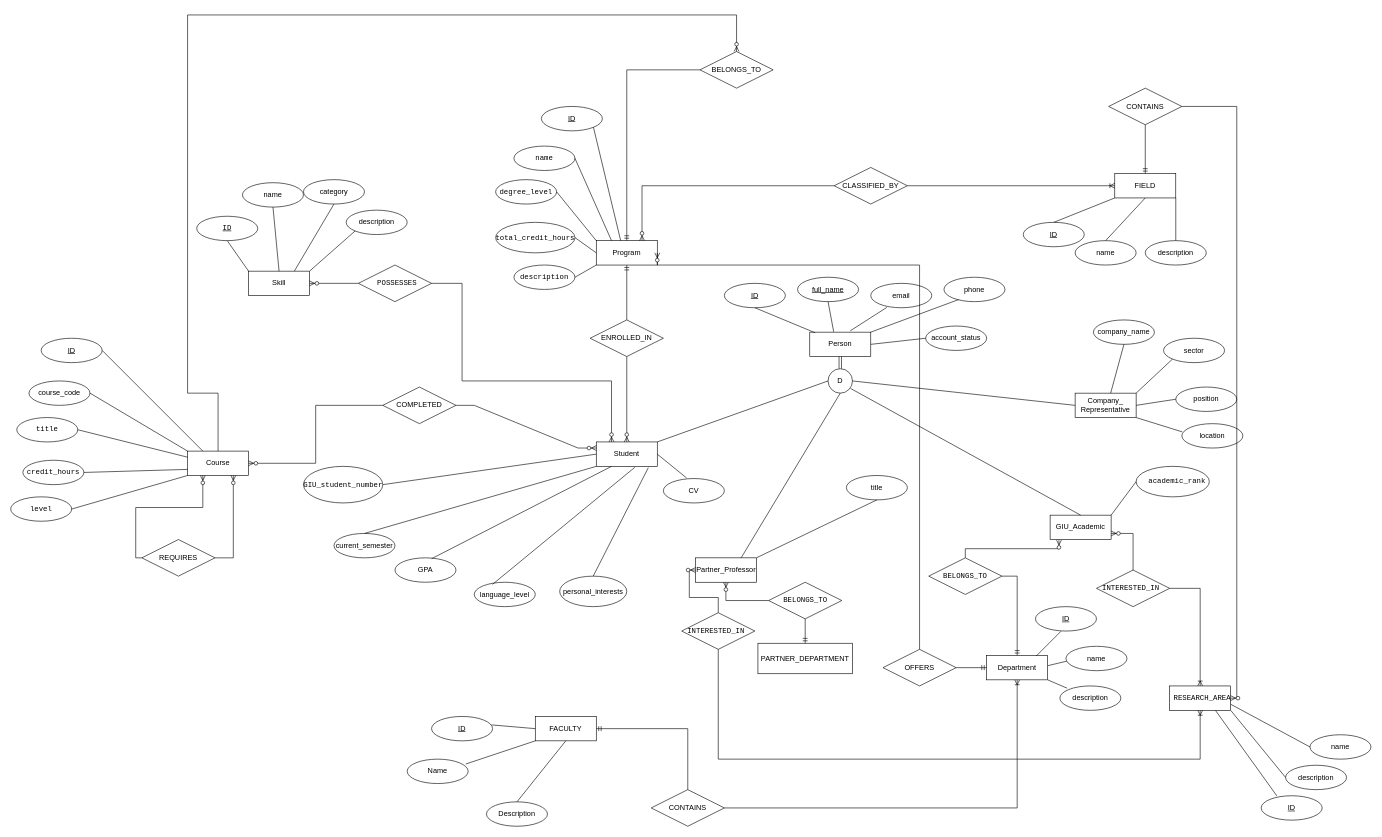
Earlier version of the draw.io diagram 01_People_Academic.drawio (kniveexe/giu-germany-connect). Source tidied: cells renumbered, new cells numbered last; positions are measured from the earlier drawing's top-left corner, leaving out a move shared by most shapes. Both pictures are drawn from the tidied source at 61%, with x=0, y=0 at pixel (10, 15).
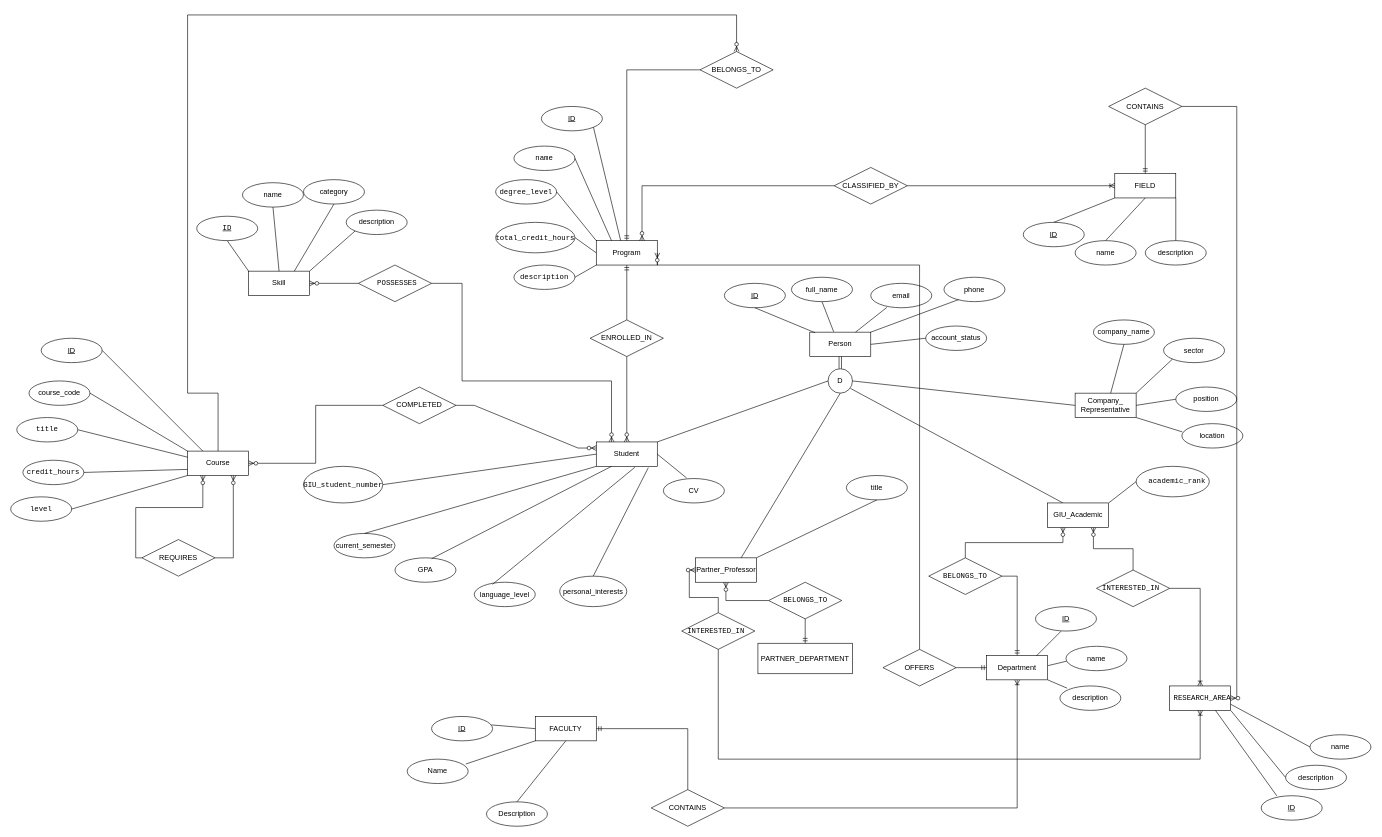
Above is the later version.

The change refers to these unchanged cells:
```xml
<mxCell id="2" value="Person" style="whiteSpace=wrap;html=1;align=center;" parent="1" vertex="1">
  <mxGeometry x="1310" y="520" width="100" height="40" as="geometry" />
</mxCell>
<mxCell id="5" value="email" style="ellipse;whiteSpace=wrap;html=1;align=center;" parent="1" vertex="1">
  <mxGeometry x="1410" y="440" width="100" height="40" as="geometry" />
</mxCell>
<mxCell id="17" value="D" style="ellipse;whiteSpace=wrap;html=1;shapeInside=1;" parent="1" vertex="1">
  <mxGeometry x="1340" y="580" width="40" height="40" as="geometry" />
</mxCell>
<mxCell id="47" value="&lt;pre dir=&quot;ltr&quot;&gt;&lt;code&gt;INTERESTED_IN &lt;/code&gt;&lt;/pre&gt;" style="shape=rhombus;perimeter=rhombusPerimeter;whiteSpace=wrap;html=1;align=center;" parent="1" vertex="1">
  <mxGeometry x="1780" y="910" width="120" height="60" as="geometry" />
</mxCell>
<mxCell id="59" value="&lt;pre dir=&quot;ltr&quot;&gt;&lt;code&gt;BELONGS_TO&lt;/code&gt;&lt;/pre&gt;" style="shape=rhombus;perimeter=rhombusPerimeter;whiteSpace=wrap;html=1;align=center;" parent="1" vertex="1">
  <mxGeometry x="1505" y="890" width="120" height="60" as="geometry" />
</mxCell>
```

What changed in the source:
```diff
@@
-    <mxCell id="4" value="full_name" style="ellipse;whiteSpace=wrap;html=1;align=center;fontStyle=20;" parent="1" vertex="1">
-      <mxGeometry x="1290" y="430" width="100" height="40" as="geometry" />
-    </mxCell>
@@
-    <mxCell id="10" style="endArrow=none;html=1;rounded=0;entryX=0.264;entryY=0.985;entryDx=0;entryDy=0;entryPerimeter=0;exitX=0.664;exitY=-0.055;exitDx=0;exitDy=0;exitPerimeter=0;" parent="1" edge="1" source="2" target="5">
+    <mxCell id="10" style="endArrow=none;html=1;rounded=0;entryX=0.264;entryY=0.985;entryDx=0;entryDy=0;entryPerimeter=0;exitX=0.75;exitY=0;exitDx=0;exitDy=0;" parent="1" edge="1" source="2" target="5">
       <mxGeometry relative="1" as="geometry" />
     </mxCell>
@@
-    <mxCell id="14" value="GIU_Academic" style="whiteSpace=wrap;html=1;align=center;" parent="1" vertex="1">
-      <mxGeometry x="1704" y="820" width="100" height="40" as="geometry" />
-    </mxCell>
@@
-    <mxCell id="20" style="endArrow=none;html=1;rounded=0;exitX=0.919;exitY=0.806;exitDx=0;exitDy=0;exitPerimeter=0;entryX=0.5;entryY=0;entryDx=0;entryDy=0;" parent="1" edge="1" source="17" target="14">
+    <mxCell id="20" style="endArrow=none;html=1;rounded=0;exitX=0.919;exitY=0.806;exitDx=0;exitDy=0;exitPerimeter=0;entryX=0.25;entryY=0;entryDx=0;entryDy=0;" parent="1" edge="1" source="17" target="14">
       <mxGeometry relative="1" as="geometry" />
     </mxCell>
@@
-    <mxCell id="45" style="edgeStyle=orthogonalEdgeStyle;rounded=0;orthogonalLoop=1;jettySize=auto;html=1;innerLoopWaypoints=1;exitX=0.5;exitY=1;exitDx=0;exitDy=0;" parent="1" edge="1" source="14" target="14">
-      <mxGeometry relative="1" as="geometry" />
+    <mxCell id="45" style="edgeStyle=orthogonalEdgeStyle;rounded=0;orthogonalLoop=1;jettySize=auto;html=1;innerLoopWaypoints=1;exitX=0.5;exitY=1;exitDx=0;exitDy=0;" parent="1" edge="1">
+      <mxGeometry relative="1" as="geometry">
+        <mxPoint x="1754" y="860" as="sourcePoint" />
+        <mxPoint x="1754" y="860" as="targetPoint" />
+      </mxGeometry>
     </mxCell>
@@
-    <mxCell id="48" style="fontSize=12;html=1;endArrow=ERzeroToMany;endFill=1;rounded=0;entryX=0.145;entryY=1.022;entryDx=0;entryDy=0;entryPerimeter=0;edgeStyle=orthogonalEdgeStyle;exitX=0.5;exitY=0;exitDx=0;exitDy=0;" parent="1" edge="1" source="59" target="14">
+    <mxCell id="48" style="fontSize=12;html=1;endArrow=ERzeroToMany;endFill=1;rounded=0;entryX=0.25;entryY=1;entryDx=0;entryDy=0;edgeStyle=orthogonalEdgeStyle;exitX=0.5;exitY=0;exitDx=0;exitDy=0;" parent="1" edge="1" source="59" target="14">
       <mxGeometry x="-0.35" relative="1" as="geometry" />
     </mxCell>
-    <mxCell id="49" style="fontSize=12;html=1;endArrow=ERzeroToMany;endFill=1;rounded=0;exitX=0.5;exitY=0;exitDx=0;exitDy=0;entryX=1;entryY=0.75;entryDx=0;entryDy=0;edgeStyle=orthogonalEdgeStyle;" parent="1" edge="1" source="47" target="14">
+    <mxCell id="49" style="fontSize=12;html=1;endArrow=ERzeroToMany;endFill=1;rounded=0;exitX=0.5;exitY=0;exitDx=0;exitDy=0;entryX=0.75;entryY=1;entryDx=0;entryDy=0;edgeStyle=orthogonalEdgeStyle;" parent="1" edge="1" source="47" target="14">
       <mxGeometry relative="1" as="geometry" />
     </mxCell>
@@
+    <mxCell id="14" value="GIU_Academic" style="whiteSpace=wrap;html=1;align=center;" parent="1" vertex="1">
+      <mxGeometry x="1700" y="800" width="100" height="40" as="geometry" />
+    </mxCell>
+    <mxCell id="4" value="full_name" style="ellipse;whiteSpace=wrap;html=1;align=center;" parent="1" vertex="1">
+      <mxGeometry x="1280" y="430" width="100" height="40" as="geometry" />
+    </mxCell>
```
